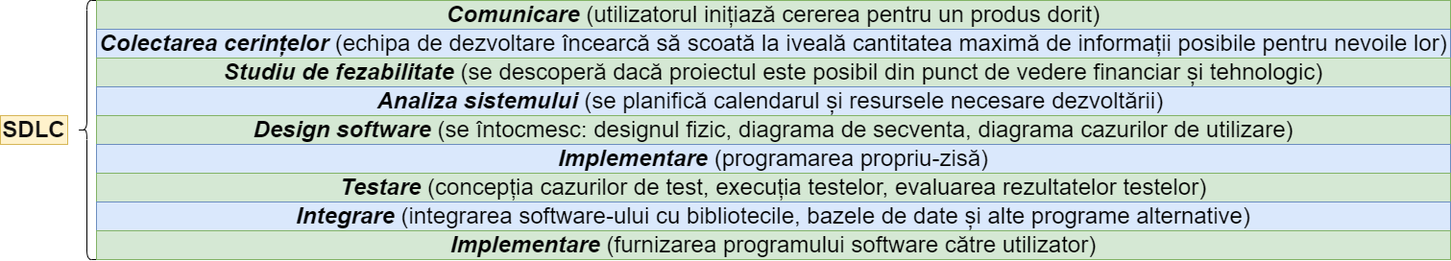
Earlier version of the draw.io export 1. Prezentare/Diagrame/SDLC.drawio.png (Radu14149/Disertatie-Final). Source tidied: cells renumbered, new cells last; positions are measured from the earlier drawing's top-left corner, leaving out a move shared by most shapes.
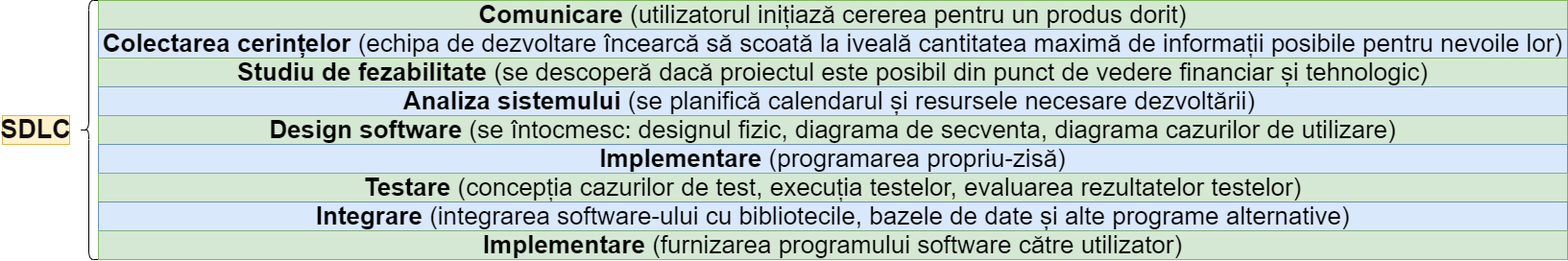
The same file after the commit.

The edit, as a diff of the source:
```diff
@@ -2,38 +2,38 @@
   <root>
     <mxCell id="0" />
     <mxCell id="1" parent="0" />
-    <mxCell id="2" value="&lt;b&gt;&lt;font style=&quot;color: light-dark(rgb(16, 15, 15), rgb(205, 205, 255)); font-size: 24px;&quot;&gt;SDLC&lt;/font&gt;&lt;/b&gt;" style="text;html=1;align=center;verticalAlign=middle;whiteSpace=wrap;rounded=0;fillColor=#fff2cc;strokeColor=#d6b656;" parent="1" vertex="1">
+    <mxCell id="2" value="&lt;b&gt;&lt;font style=&quot;color: light-dark(rgb(16, 15, 15), rgb(205, 205, 255)); font-size: 27px;&quot;&gt;SDLC&lt;/font&gt;&lt;/b&gt;" style="text;html=1;align=center;verticalAlign=middle;whiteSpace=wrap;rounded=0;fillColor=#fff2cc;strokeColor=#d6b656;" parent="1" vertex="1">
       <mxGeometry y="120" width="70" height="30" as="geometry" />
     </mxCell>
     <mxCell id="3" style="shape=curlyBracket;whiteSpace=wrap;html=1;rounded=1;labelPosition=left;verticalLabelPosition=middle;align=right;verticalAlign=middle;size=0.5;" parent="1" vertex="1">
       <mxGeometry x="80" width="20" height="270" as="geometry" />
     </mxCell>
-    <mxCell id="4" value="&lt;font style=&quot;font-size: 24px;&quot;&gt;&lt;b style=&quot;&quot;&gt;&lt;i style=&quot;&quot;&gt;Comunicare&lt;/i&gt;&lt;/b&gt;&amp;nbsp;(utilizatorul inițiază cererea pentru un produs dorit)&lt;/font&gt;" style="text;html=1;align=center;verticalAlign=middle;whiteSpace=wrap;rounded=0;fillColor=#d5e8d4;strokeColor=#82b366;" parent="1" vertex="1">
-      <mxGeometry x="100" width="1410" height="30" as="geometry" />
+    <mxCell id="4" value="&lt;font style=&quot;font-size: 26px;&quot;&gt;&lt;b style=&quot;&quot;&gt;Comunicare&lt;/b&gt;&amp;nbsp;(utilizatorul inițiază cererea pentru un produs dorit)&lt;/font&gt;" style="text;html=1;align=center;verticalAlign=middle;whiteSpace=wrap;rounded=0;fillColor=#d5e8d4;strokeColor=#82b366;" parent="1" vertex="1">
+      <mxGeometry x="100" width="1530" height="30" as="geometry" />
     </mxCell>
-    <mxCell id="5" value="&lt;font style=&quot;font-size: 24px;&quot;&gt;&lt;b style=&quot;&quot;&gt;&lt;i style=&quot;&quot;&gt;Colectarea cerințelor&lt;/i&gt;&lt;/b&gt;&amp;nbsp;(echipa de dezvoltare încearcă să scoată la iveală cantitatea maximă de informații posibile pentru nevoile lor)&lt;/font&gt;" style="text;html=1;align=center;verticalAlign=middle;whiteSpace=wrap;rounded=0;fillColor=#dae8fc;strokeColor=#6c8ebf;" parent="1" vertex="1">
-      <mxGeometry x="100" y="30" width="1410" height="30" as="geometry" />
+    <mxCell id="5" value="&lt;font style=&quot;font-size: 26px;&quot;&gt;&lt;b style=&quot;&quot;&gt;Colectarea cerințelor&lt;/b&gt;&amp;nbsp;(echipa de dezvoltare încearcă să scoată la iveală cantitatea maximă de informații posibile pentru nevoile lor)&lt;/font&gt;" style="text;html=1;align=center;verticalAlign=middle;whiteSpace=wrap;rounded=0;fillColor=#dae8fc;strokeColor=#6c8ebf;" parent="1" vertex="1">
+      <mxGeometry x="100" y="30" width="1530" height="30" as="geometry" />
     </mxCell>
-    <mxCell id="6" value="&lt;font style=&quot;font-size: 24px;&quot;&gt;&lt;b style=&quot;&quot;&gt;&lt;i style=&quot;&quot;&gt;Studiu de fezabilitate&lt;/i&gt;&lt;/b&gt; (se descoperă dacă proiectul este posibil din punct de vedere financiar și tehnologic)&lt;/font&gt;" style="text;html=1;align=center;verticalAlign=middle;whiteSpace=wrap;rounded=0;fillColor=#d5e8d4;strokeColor=#82b366;" parent="1" vertex="1">
-      <mxGeometry x="100" y="60" width="1410" height="30" as="geometry" />
+    <mxCell id="6" value="&lt;font style=&quot;font-size: 26px;&quot;&gt;&lt;b style=&quot;&quot;&gt;Studiu de fezabilitate&lt;/b&gt; (se descoperă dacă proiectul este posibil din punct de vedere financiar și tehnologic)&lt;/font&gt;" style="text;html=1;align=center;verticalAlign=middle;whiteSpace=wrap;rounded=0;fillColor=#d5e8d4;strokeColor=#82b366;" parent="1" vertex="1">
+      <mxGeometry x="100" y="60" width="1530" height="30" as="geometry" />
     </mxCell>
-    <mxCell id="7" value="&lt;font style=&quot;font-size: 24px;&quot;&gt;&lt;b style=&quot;&quot;&gt;&lt;i style=&quot;&quot;&gt;Analiza sistemului&lt;/i&gt;&lt;/b&gt; (se planifică calendarul și resursele necesare dezvoltării)&amp;nbsp;&lt;/font&gt;" style="text;html=1;align=center;verticalAlign=middle;whiteSpace=wrap;rounded=0;fillColor=#dae8fc;strokeColor=#6c8ebf;" parent="1" vertex="1">
-      <mxGeometry x="100" y="90" width="1410" height="30" as="geometry" />
+    <mxCell id="7" value="&lt;font style=&quot;font-size: 26px;&quot;&gt;&lt;b style=&quot;&quot;&gt;Analiza sistemului&lt;/b&gt; (se planifică calendarul și resursele necesare dezvoltării)&amp;nbsp;&lt;/font&gt;" style="text;html=1;align=center;verticalAlign=middle;whiteSpace=wrap;rounded=0;fillColor=#dae8fc;strokeColor=#6c8ebf;" parent="1" vertex="1">
+      <mxGeometry x="100" y="90" width="1530" height="30" as="geometry" />
     </mxCell>
-    <mxCell id="8" value="&lt;font style=&quot;font-size: 24px;&quot;&gt;&lt;b style=&quot;&quot;&gt;&lt;i style=&quot;&quot;&gt;Design software&lt;/i&gt;&lt;/b&gt; (se întocmesc: designul fizic, diagrama de secventa, diagrama cazurilor de utilizare)&lt;/font&gt;" style="text;html=1;align=center;verticalAlign=middle;whiteSpace=wrap;rounded=0;fillColor=#d5e8d4;strokeColor=#82b366;" parent="1" vertex="1">
-      <mxGeometry x="100" y="120" width="1410" height="30" as="geometry" />
+    <mxCell id="8" value="&lt;font style=&quot;font-size: 26px;&quot;&gt;&lt;b style=&quot;&quot;&gt;Design software&lt;/b&gt; (se întocmesc: designul fizic, diagrama de secventa, diagrama cazurilor de utilizare)&lt;/font&gt;" style="text;html=1;align=center;verticalAlign=middle;whiteSpace=wrap;rounded=0;fillColor=#d5e8d4;strokeColor=#82b366;" parent="1" vertex="1">
+      <mxGeometry x="100" y="120" width="1530" height="30" as="geometry" />
     </mxCell>
-    <mxCell id="9" value="&lt;font style=&quot;font-size: 24px;&quot;&gt;&lt;b style=&quot;&quot;&gt;&lt;i style=&quot;&quot;&gt;Implementare&lt;/i&gt;&lt;/b&gt; (programarea propriu-zisă)&lt;/font&gt;" style="text;html=1;align=center;verticalAlign=middle;whiteSpace=wrap;rounded=0;fillColor=#dae8fc;strokeColor=#6c8ebf;" parent="1" vertex="1">
-      <mxGeometry x="100" y="150" width="1410" height="30" as="geometry" />
+    <mxCell id="9" value="&lt;font style=&quot;font-size: 26px;&quot;&gt;&lt;b style=&quot;&quot;&gt;Implementare&lt;/b&gt; (programarea propriu-zisă)&lt;/font&gt;" style="text;html=1;align=center;verticalAlign=middle;whiteSpace=wrap;rounded=0;fillColor=#dae8fc;strokeColor=#6c8ebf;" parent="1" vertex="1">
+      <mxGeometry x="100" y="150" width="1530" height="30" as="geometry" />
     </mxCell>
-    <mxCell id="10" value="&lt;font style=&quot;font-size: 24px;&quot;&gt;&lt;b style=&quot;&quot;&gt;&lt;i style=&quot;&quot;&gt;Testare&lt;/i&gt;&lt;/b&gt; (concepția cazurilor de test, execuția testelor, evaluarea rezultatelor testelor)&lt;/font&gt;" style="text;html=1;align=center;verticalAlign=middle;whiteSpace=wrap;rounded=0;fillColor=#d5e8d4;strokeColor=#82b366;" parent="1" vertex="1">
-      <mxGeometry x="100" y="180" width="1410" height="30" as="geometry" />
+    <mxCell id="10" value="&lt;font style=&quot;font-size: 26px;&quot;&gt;&lt;b style=&quot;&quot;&gt;Testare&lt;/b&gt; (concepția cazurilor de test, execuția testelor, evaluarea rezultatelor testelor)&lt;/font&gt;" style="text;html=1;align=center;verticalAlign=middle;whiteSpace=wrap;rounded=0;fillColor=#d5e8d4;strokeColor=#82b366;" parent="1" vertex="1">
+      <mxGeometry x="100" y="180" width="1530" height="30" as="geometry" />
     </mxCell>
-    <mxCell id="11" value="&lt;font style=&quot;font-size: 24px;&quot;&gt;&lt;b style=&quot;&quot;&gt;&lt;i style=&quot;&quot;&gt;Integrare&lt;/i&gt;&lt;/b&gt; (integrarea software-ului cu bibliotecile, bazele de date și alte programe alternative)&lt;/font&gt;" style="text;html=1;align=center;verticalAlign=middle;whiteSpace=wrap;rounded=0;fillColor=#dae8fc;strokeColor=#6c8ebf;" parent="1" vertex="1">
-      <mxGeometry x="100" y="210" width="1410" height="30" as="geometry" />
+    <mxCell id="11" value="&lt;font style=&quot;font-size: 26px;&quot;&gt;&lt;b style=&quot;&quot;&gt;Integrare&lt;/b&gt; (integrarea software-ului cu bibliotecile, bazele de date și alte programe alternative)&lt;/font&gt;" style="text;html=1;align=center;verticalAlign=middle;whiteSpace=wrap;rounded=0;fillColor=#dae8fc;strokeColor=#6c8ebf;" parent="1" vertex="1">
+      <mxGeometry x="100" y="210" width="1530" height="30" as="geometry" />
     </mxCell>
-    <mxCell id="12" value="&lt;font style=&quot;font-size: 24px;&quot;&gt;&lt;b style=&quot;&quot;&gt;&lt;i style=&quot;&quot;&gt;Implementare &lt;/i&gt;&lt;/b&gt;(furnizarea programului software către utilizator)&lt;/font&gt;" style="text;html=1;align=center;verticalAlign=middle;whiteSpace=wrap;rounded=0;fillColor=#d5e8d4;strokeColor=#82b366;" parent="1" vertex="1">
-      <mxGeometry x="100" y="240" width="1410" height="30" as="geometry" />
+    <mxCell id="12" value="&lt;font style=&quot;font-size: 26px;&quot;&gt;&lt;b style=&quot;&quot;&gt;Implementare &lt;/b&gt;(furnizarea programului software către utilizator)&lt;/font&gt;" style="text;html=1;align=center;verticalAlign=middle;whiteSpace=wrap;rounded=0;fillColor=#d5e8d4;strokeColor=#82b366;" parent="1" vertex="1">
+      <mxGeometry x="100" y="240" width="1530" height="30" as="geometry" />
     </mxCell>
   </root>
 </mxGraphModel>
```
